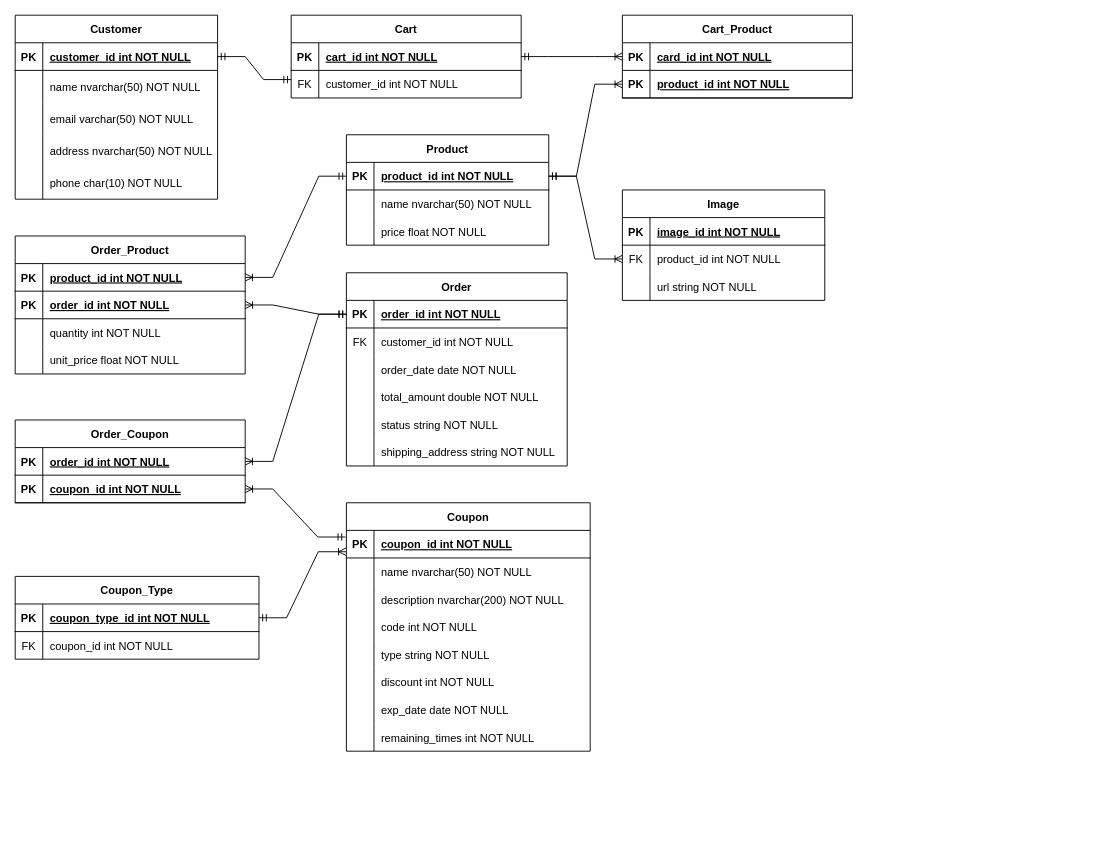
The draw.io diagram src/docs/e-commerce.drawio in phucle297/ecommerce-express, before the edit. Source tidied: cells renumbered, new cells numbered last; positions are measured from the earlier drawing's top-left corner, leaving out a move shared by most shapes. Both pictures are drawn from the tidied source at 92%, with x=0, y=0 at pixel (15, 15).
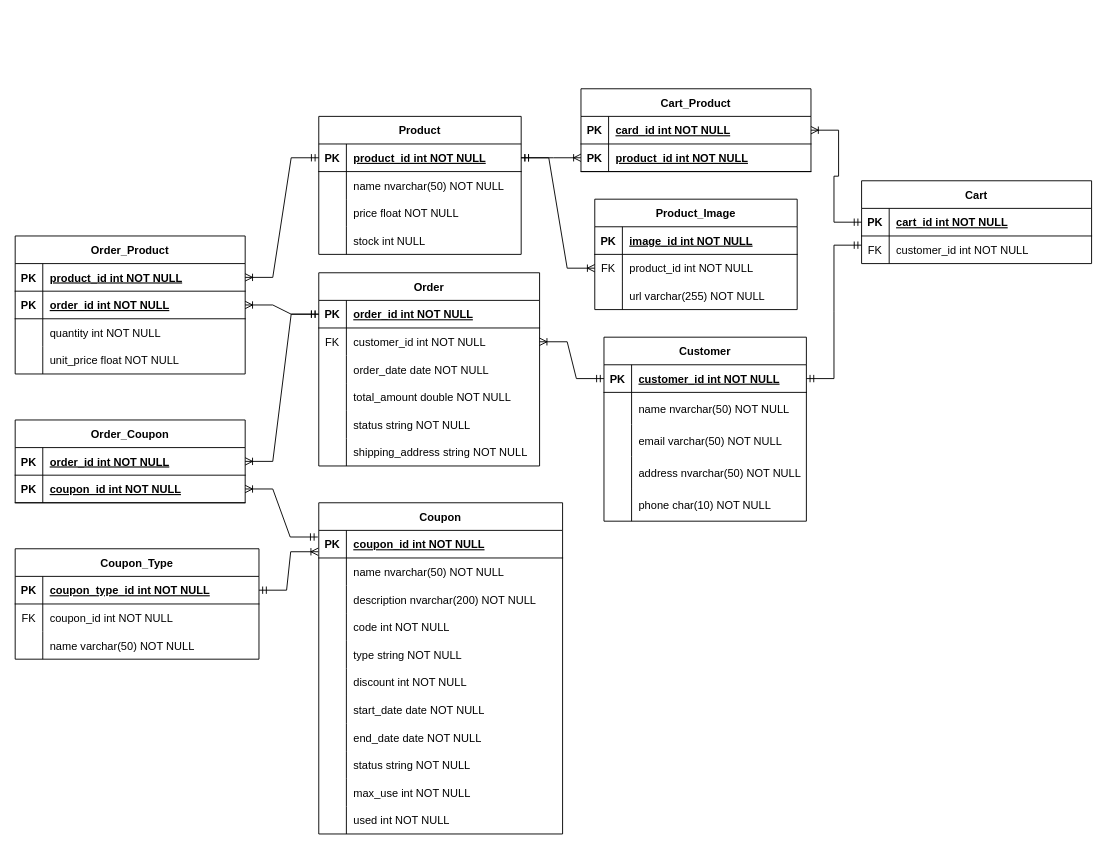
The same page after the edit.

The change refers to these unchanged cells:
```xml
<mxCell id="6" style="shape=partialRectangle;fillColor=none;points=[[0,0.5],[1,0.5]];portConstraint=eastwest;top=0;left=0;right=0;bottom=0;" parent="2" vertex="1">
  <mxGeometry y="60" width="240" height="30" as="geometry" />
</mxCell>
<mxCell id="22" style="shape=partialRectangle;fillColor=none;points=[[0,0.5],[1,0.5]];portConstraint=eastwest;top=0;left=0;right=0;bottom=1;" parent="21" vertex="1">
  <mxGeometry y="30" width="220" height="30" as="geometry" />
</mxCell>
<mxCell id="48" style="shape=partialRectangle;fillColor=none;points=[[0,0.5],[1,0.5]];portConstraint=eastwest;top=0;left=0;right=0;bottom=1;" parent="47" vertex="1">
  <mxGeometry y="30" width="250" height="30" as="geometry" />
</mxCell>
<mxCell id="55" style="shape=partialRectangle;fillColor=none;points=[[0,0.5],[1,0.5]];portConstraint=eastwest;top=0;left=0;right=0;bottom=1;" parent="54" vertex="1">
  <mxGeometry y="30" width="250" height="30" as="geometry" />
</mxCell>
<mxCell id="68" style="shape=partialRectangle;fillColor=none;top=0;left=0;right=0;bottom=0;" parent="61" vertex="1">
  <mxGeometry y="90" width="220" height="30" as="geometry" />
</mxCell>
<mxCell id="109" style="shape=partialRectangle;fillColor=none;top=0;left=0;right=0;bottom=0;" parent="90" vertex="1">
  <mxGeometry y="210" width="265" height="30" as="geometry" />
</mxCell>
```

Diff of the diagram source:
```diff
@@
     <mxCell id="2" value="Order" style="shape=table;startSize=30;childLayout=tableLayout;rowLines=0;fontStyle=1;align=center;" parent="1" vertex="1">
-      <mxGeometry x="360" y="280" width="240" height="210" as="geometry" />
+      <mxGeometry x="330" y="280" width="240" height="210" as="geometry" />
     </mxCell>
@@
     <mxCell id="21" value="Customer" style="shape=table;startSize=30;childLayout=tableLayout;rowLines=0;fontStyle=1;align=center;" parent="1" vertex="1">
-      <mxGeometry width="220" height="200" as="geometry" />
+      <mxGeometry x="640" y="350" width="220" height="200" as="geometry" />
     </mxCell>
@@
     <mxCell id="37" value="Product" style="shape=table;startSize=30;childLayout=tableLayout;rowLines=0;fontStyle=1;align=center;" parent="1" vertex="1">
-      <mxGeometry x="360" y="130" width="220" height="120" as="geometry" />
+      <mxGeometry x="330" y="110" width="220" height="150" as="geometry" />
     </mxCell>
@@
+    <mxCell id="132" style="shape=partialRectangle;fillColor=none;top=0;left=0;right=0;bottom=0;" parent="37" vertex="1">
+      <mxGeometry y="120" width="220" height="30" as="geometry" />
+    </mxCell>
+    <mxCell id="133" style="shape=partialRectangle;overflow=hidden;fillColor=none;top=0;left=0;bottom=0;right=0;" parent="132" vertex="1">
+      <mxGeometry width="30" height="30" as="geometry" />
+    </mxCell>
+    <mxCell id="134" value="stock int NULL" style="shape=partialRectangle;overflow=hidden;fillColor=none;top=0;left=0;bottom=0;right=0;align=left;spacingLeft=6;" parent="132" vertex="1">
+      <mxGeometry x="30" width="190" height="30" as="geometry" />
+    </mxCell>
     <mxCell id="47" value="Cart" style="shape=table;startSize=30;childLayout=tableLayout;rowLines=0;fontStyle=1;align=center;" parent="1" vertex="1">
-      <mxGeometry x="300" width="250" height="90" as="geometry" />
+      <mxGeometry x="920" y="180" width="250" height="90" as="geometry" />
     </mxCell>
@@
     <mxCell id="54" value="Cart_Product" style="shape=table;startSize=30;childLayout=tableLayout;rowLines=0;fontStyle=1;align=center;" parent="1" vertex="1">
-      <mxGeometry x="660" width="250" height="90" as="geometry" />
+      <mxGeometry x="615" y="80" width="250" height="90" as="geometry" />
     </mxCell>
@@
-    <mxCell id="61" value="Image" style="shape=table;startSize=30;childLayout=tableLayout;rowLines=0;fontStyle=1;align=center;" parent="1" vertex="1">
-      <mxGeometry x="660" y="190" width="220" height="120" as="geometry" />
+    <mxCell id="61" value="Product_Image" style="shape=table;startSize=30;childLayout=tableLayout;rowLines=0;fontStyle=1;align=center;" parent="1" vertex="1">
+      <mxGeometry x="630" y="200" width="220" height="120" as="geometry" />
     </mxCell>
@@
-    <mxCell id="70" value="url string NOT NULL" style="shape=partialRectangle;overflow=hidden;fillColor=none;top=0;left=0;bottom=0;right=0;align=left;spacingLeft=6;" parent="68" vertex="1">
+    <mxCell id="70" value="url varchar(255) NOT NULL" style="shape=partialRectangle;overflow=hidden;fillColor=none;top=0;left=0;bottom=0;right=0;align=left;spacingLeft=6;" parent="68" vertex="1">
       <mxGeometry x="30" width="190" height="30" as="geometry" />
     </mxCell>
@@
-    <mxCell id="85" style="edgeStyle=entityRelationEdgeStyle;fontSize=12;html=1;endArrow=ERoneToMany;startArrow=ERmandOne;rounded=0;entryX=0;entryY=0.5;entryDx=0;entryDy=0;exitX=1;exitY=0.5;exitDx=0;exitDy=0;" parent="1" edge="1" source="48" target="55">
+    <mxCell id="85" style="edgeStyle=entityRelationEdgeStyle;fontSize=12;html=1;endArrow=ERoneToMany;startArrow=ERmandOne;rounded=0;entryX=1;entryY=0.5;entryDx=0;entryDy=0;exitX=0;exitY=0.5;exitDx=0;exitDy=0;" parent="1" edge="1" source="48" target="55">
       <mxGeometry relative="1" as="geometry" />
     </mxCell>
@@
     <mxCell id="90" value="Coupon" style="shape=table;startSize=30;childLayout=tableLayout;rowLines=0;fontStyle=1;align=center;" parent="1" vertex="1">
-      <mxGeometry x="360" y="530" width="265" height="270" as="geometry" />
+      <mxGeometry x="330" y="530" width="265" height="360" as="geometry" />
     </mxCell>
@@
-    <mxCell id="111" value="exp_date date NOT NULL" style="shape=partialRectangle;overflow=hidden;fillColor=none;top=0;left=0;bottom=0;right=0;align=left;spacingLeft=6;" parent="109" vertex="1">
+    <mxCell id="111" value="start_date date NOT NULL" style="shape=partialRectangle;overflow=hidden;fillColor=none;top=0;left=0;bottom=0;right=0;align=left;spacingLeft=6;" parent="109" vertex="1">
       <mxGeometry x="30" width="235" height="30" as="geometry" />
     </mxCell>
+    <mxCell id="135" style="shape=partialRectangle;fillColor=none;top=0;left=0;right=0;bottom=0;" parent="90" vertex="1">
+      <mxGeometry y="240" width="265" height="30" as="geometry" />
+    </mxCell>
+    <mxCell id="136" style="shape=partialRectangle;overflow=hidden;fillColor=none;top=0;left=0;bottom=0;right=0;" parent="135" vertex="1">
+      <mxGeometry width="30" height="30" as="geometry" />
+    </mxCell>
+    <mxCell id="137" value="end_date date NOT NULL" style="shape=partialRectangle;overflow=hidden;fillColor=none;top=0;left=0;bottom=0;right=0;align=left;spacingLeft=6;" parent="135" vertex="1">
+      <mxGeometry x="30" width="235" height="30" as="geometry" />
+    </mxCell>
     <mxCell id="112" style="shape=partialRectangle;fillColor=none;top=0;left=0;right=0;bottom=0;" parent="90" vertex="1">
-      <mxGeometry y="240" width="265" height="30" as="geometry" />
+      <mxGeometry y="270" width="265" height="30" as="geometry" />
     </mxCell>
@@
-    <mxCell id="114" value="remaining_times int NOT NULL" style="shape=partialRectangle;overflow=hidden;fillColor=none;top=0;left=0;bottom=0;right=0;align=left;spacingLeft=6;" parent="112" vertex="1">
+    <mxCell id="114" value="status string NOT NULL" style="shape=partialRectangle;overflow=hidden;fillColor=none;top=0;left=0;bottom=0;right=0;align=left;spacingLeft=6;" parent="112" vertex="1">
       <mxGeometry x="30" width="235" height="30" as="geometry" />
     </mxCell>
+    <mxCell id="138" style="shape=partialRectangle;fillColor=none;top=0;left=0;right=0;bottom=0;" parent="90" vertex="1">
+      <mxGeometry y="300" width="265" height="30" as="geometry" />
+    </mxCell>
+    <mxCell id="139" style="shape=partialRectangle;overflow=hidden;fillColor=none;top=0;left=0;bottom=0;right=0;" parent="138" vertex="1">
+      <mxGeometry width="30" height="30" as="geometry" />
+    </mxCell>
+    <mxCell id="140" value="max_use int NOT NULL" style="shape=partialRectangle;overflow=hidden;fillColor=none;top=0;left=0;bottom=0;right=0;align=left;spacingLeft=6;" parent="138" vertex="1">
+      <mxGeometry x="30" width="235" height="30" as="geometry" />
+    </mxCell>
+    <mxCell id="141" style="shape=partialRectangle;fillColor=none;top=0;left=0;right=0;bottom=0;" parent="90" vertex="1">
+      <mxGeometry y="330" width="265" height="30" as="geometry" />
+    </mxCell>
+    <mxCell id="142" style="shape=partialRectangle;overflow=hidden;fillColor=none;top=0;left=0;bottom=0;right=0;" parent="141" vertex="1">
+      <mxGeometry width="30" height="30" as="geometry" />
+    </mxCell>
+    <mxCell id="143" value="used int NOT NULL" style="shape=partialRectangle;overflow=hidden;fillColor=none;top=0;left=0;bottom=0;right=0;align=left;spacingLeft=6;" parent="141" vertex="1">
+      <mxGeometry x="30" width="235" height="30" as="geometry" />
+    </mxCell>
@@
     <mxCell id="122" value="Coupon_Type" style="shape=table;startSize=30;childLayout=tableLayout;rowLines=0;fontStyle=1;align=center;" parent="1" vertex="1">
-      <mxGeometry y="610" width="265" height="90" as="geometry" />
+      <mxGeometry y="580" width="265" height="120" as="geometry" />
     </mxCell>
@@
+    <mxCell id="144" style="shape=partialRectangle;fillColor=none;top=0;left=0;right=0;bottom=0;" parent="122" vertex="1">
+      <mxGeometry y="90" width="265" height="30" as="geometry" />
+    </mxCell>
+    <mxCell id="145" style="shape=partialRectangle;overflow=hidden;fillColor=none;top=0;left=0;bottom=0;right=0;" parent="144" vertex="1">
+      <mxGeometry width="30" height="30" as="geometry" />
+    </mxCell>
+    <mxCell id="146" value="name varchar(50) NOT NULL" style="shape=partialRectangle;overflow=hidden;fillColor=none;top=0;left=0;bottom=0;right=0;align=left;spacingLeft=6;" parent="144" vertex="1">
+      <mxGeometry x="30" width="235" height="30" as="geometry" />
+    </mxCell>
@@
+    <mxCell id="147" style="edgeStyle=none;curved=1;rounded=0;orthogonalLoop=1;jettySize=auto;html=1;exitX=0.25;exitY=0;exitDx=0;exitDy=0;fontSize=12;startSize=8;endSize=8;" parent="1" edge="1" source="37" target="37">
+      <mxGeometry relative="1" as="geometry" />
+    </mxCell>
+    <mxCell id="148" style="edgeStyle=entityRelationEdgeStyle;fontSize=12;html=1;endArrow=ERoneToMany;startArrow=ERmandOne;rounded=0;exitX=0;exitY=0.5;exitDx=0;exitDy=0;entryX=1;entryY=0.5;entryDx=0;entryDy=0;" parent="1" edge="1" source="22" target="6">
+      <mxGeometry relative="1" as="geometry" />
+    </mxCell>
```
